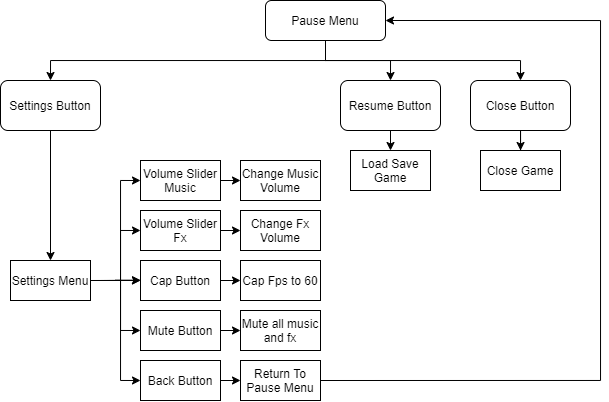
Earlier version of the draw.io export Wiki/PauseMenu FlowChart.png (Kalima-Entertainment/Fallout_Strategy). Source tidied: cells renumbered, new cells last; positions are measured from the earlier drawing's top-left corner, leaving out a move shared by most shapes.
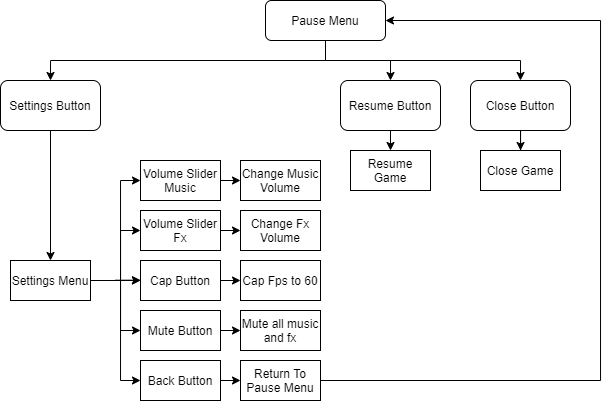
Above is the later version.

Commit message:
UI and Flowchart wiki

What changed in the source:
```diff
@@ -35,7 +35,7 @@
     <mxCell id="12" value="Close Game" style="rounded=0;whiteSpace=wrap;html=1;" parent="1" vertex="1">
       <mxGeometry x="480" y="150" width="80" height="40" as="geometry" />
     </mxCell>
-    <mxCell id="13" value="Load Save Game" style="rounded=0;whiteSpace=wrap;html=1;" parent="1" vertex="1">
+    <mxCell id="13" value="Resume Game" style="rounded=0;whiteSpace=wrap;html=1;" parent="1" vertex="1">
       <mxGeometry x="350" y="150" width="80" height="40" as="geometry" />
     </mxCell>
     <mxCell id="14" style="edgeStyle=orthogonalEdgeStyle;rounded=0;jettySize=auto;html=1;exitX=1;exitY=0.5;exitDx=0;exitDy=0;entryX=0;entryY=0.5;entryDx=0;entryDy=0;" parent="1" edge="1" source="15" target="31">
```
